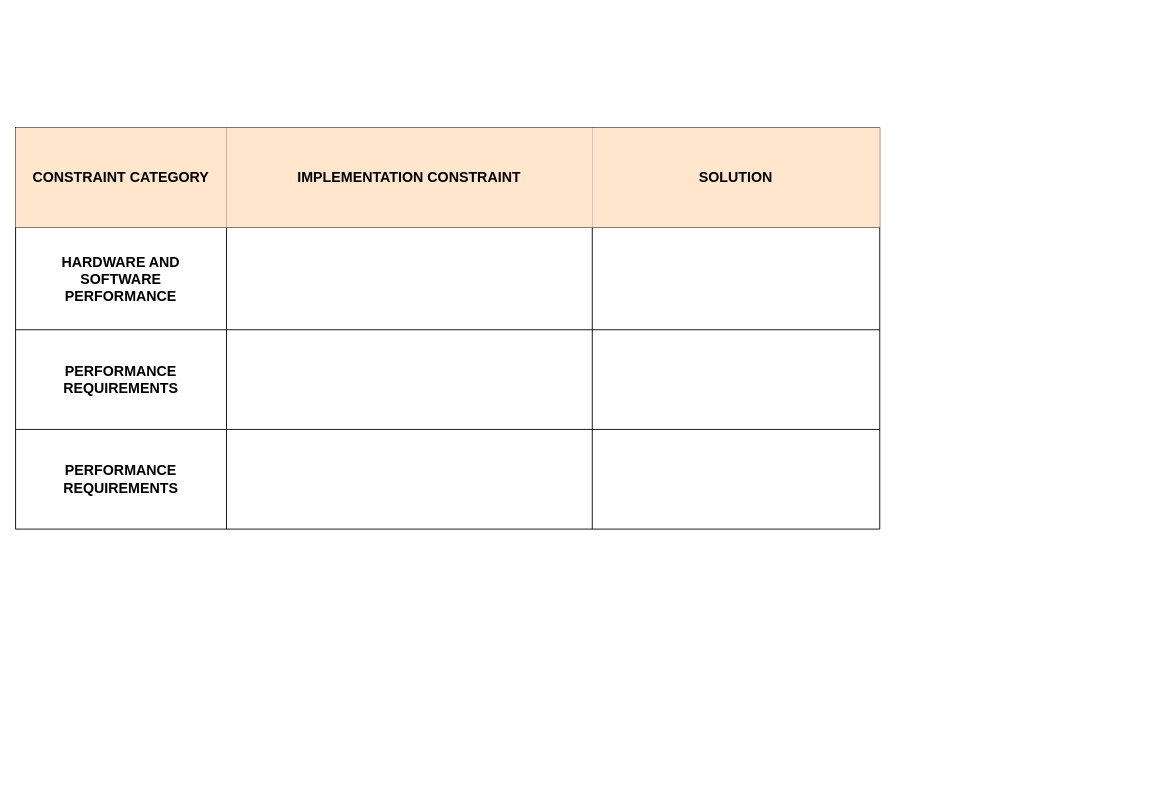
Earlier version of the draw.io diagram documentation/Implementation Constraints Plan.drawio (KryptoFlamingo/Inventory_Management_App). Source tidied: cells renumbered, new cells numbered last; positions are measured from the earlier drawing's top-left corner, leaving out a move shared by most shapes. Both pictures are drawn from the tidied source at 89%, with x=0, y=0 at pixel (15, 127).
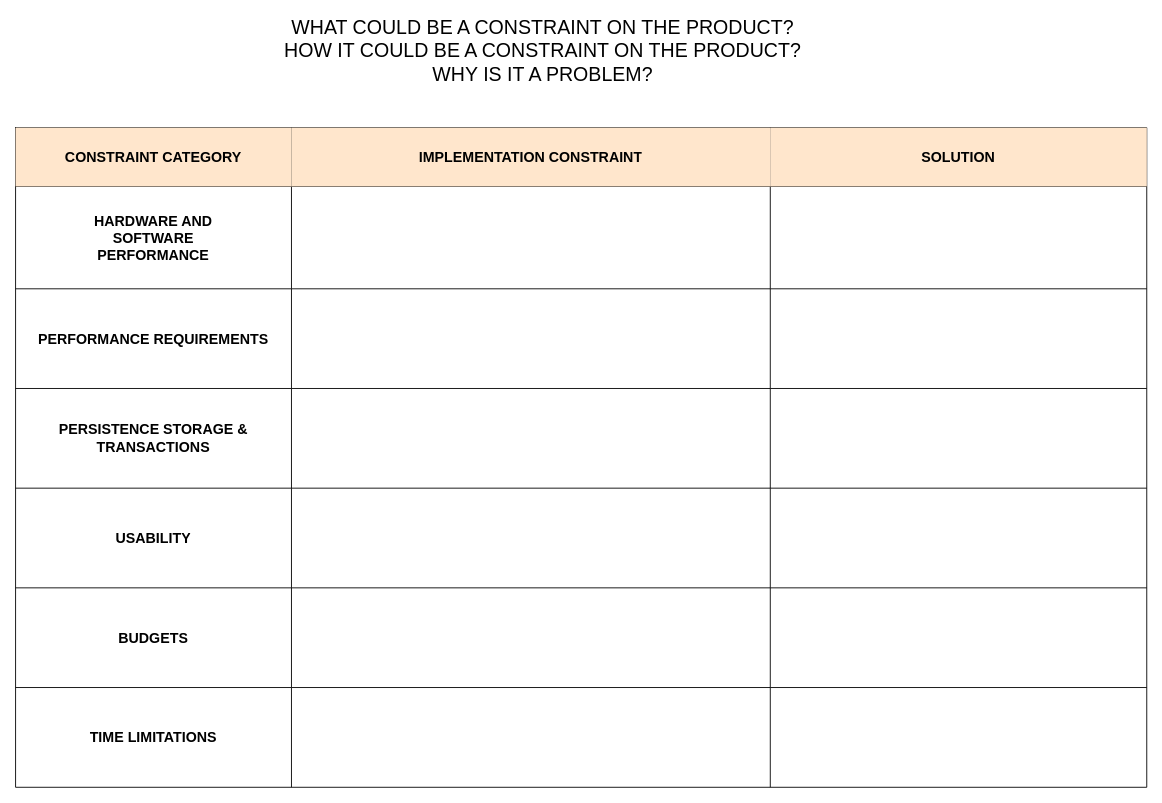
After the change.

The edit, as a diff of the source:
```diff
@@
     <mxCell id="2" style="shape=table;html=1;whiteSpace=wrap;startSize=0;childLayout=tableLayout;" parent="1" vertex="1">
-      <mxGeometry width="971" height="451" as="geometry" />
+      <mxGeometry width="1271" height="741.1" as="geometry" />
     </mxCell>
     <mxCell id="3" style="shape=partialRectangle;html=1;whiteSpace=wrap;fillColor=none;top=0;left=0;bottom=0;right=0;" parent="2" vertex="1">
-      <mxGeometry width="971" height="112" as="geometry" />
+      <mxGeometry width="1271" height="66" as="geometry" />
     </mxCell>
     <mxCell id="4" value="&lt;b&gt;&lt;font style=&quot;font-size: 16px&quot;&gt;CONSTRAINT CATEGORY&lt;/font&gt;&lt;/b&gt;" style="shape=partialRectangle;html=1;whiteSpace=wrap;fillColor=#ffe6cc;top=0;left=0;bottom=0;right=0;overflow=hidden;strokeColor=#d79b00;" parent="3" vertex="1">
-      <mxGeometry width="237" height="112" as="geometry" />
+      <mxGeometry width="310" height="66" as="geometry" />
     </mxCell>
     <mxCell id="5" value="&lt;b&gt;&lt;font style=&quot;font-size: 16px&quot;&gt;IMPLEMENTATION CONSTRAINT&lt;/font&gt;&lt;/b&gt;" style="shape=partialRectangle;html=1;whiteSpace=wrap;fillColor=#ffe6cc;top=0;left=0;bottom=0;right=0;overflow=hidden;strokeColor=#d79b00;" parent="3" vertex="1">
-      <mxGeometry x="237" width="411" height="112" as="geometry" />
+      <mxGeometry x="310" width="538" height="66" as="geometry" />
     </mxCell>
     <mxCell id="6" value="&lt;b&gt;&lt;font style=&quot;font-size: 16px&quot;&gt;SOLUTION&lt;/font&gt;&lt;/b&gt;" style="shape=partialRectangle;html=1;whiteSpace=wrap;fillColor=#ffe6cc;top=0;left=0;bottom=0;right=0;overflow=hidden;strokeColor=#d79b00;" parent="3" vertex="1">
-      <mxGeometry x="648" width="323" height="112" as="geometry" />
+      <mxGeometry x="848" width="423" height="66" as="geometry" />
     </mxCell>
     <mxCell id="7" style="shape=partialRectangle;html=1;whiteSpace=wrap;fillColor=none;top=0;left=0;bottom=0;right=0;" parent="2" vertex="1">
-      <mxGeometry y="112" width="971" height="115" as="geometry" />
+      <mxGeometry y="66" width="1271" height="115" as="geometry" />
     </mxCell>
     <mxCell id="8" value="&lt;font style=&quot;font-size: 16px&quot;&gt;&lt;b&gt;HARDWARE AND &lt;br&gt;SOFTWARE &lt;br&gt;PERFORMANCE&lt;/b&gt;&lt;/font&gt;" style="shape=partialRectangle;html=1;whiteSpace=wrap;fillColor=none;top=0;left=0;bottom=0;right=0;overflow=hidden;align=center;" parent="7" vertex="1">
-      <mxGeometry width="237" height="115" as="geometry" />
+      <mxGeometry width="310" height="115" as="geometry" />
     </mxCell>
     <mxCell id="9" style="shape=partialRectangle;html=1;whiteSpace=wrap;fillColor=none;top=0;left=0;bottom=0;right=0;overflow=hidden;" parent="7" vertex="1">
-      <mxGeometry x="237" width="411" height="115" as="geometry" />
+      <mxGeometry x="310" width="538" height="115" as="geometry" />
     </mxCell>
     <mxCell id="10" style="shape=partialRectangle;html=1;whiteSpace=wrap;fillColor=none;top=0;left=0;bottom=0;right=0;overflow=hidden;" parent="7" vertex="1">
-      <mxGeometry x="648" width="323" height="115" as="geometry" />
+      <mxGeometry x="848" width="423" height="115" as="geometry" />
     </mxCell>
     <mxCell id="11" style="shape=partialRectangle;html=1;whiteSpace=wrap;fillColor=none;top=0;left=0;bottom=0;right=0;" parent="2" vertex="1">
-      <mxGeometry y="227" width="971" height="112" as="geometry" />
+      <mxGeometry y="181" width="1271" height="112" as="geometry" />
     </mxCell>
     <mxCell id="12" value="&lt;span style=&quot;font-size: 16px&quot;&gt;&lt;b&gt;PERFORMANCE REQUIREMENTS&lt;/b&gt;&lt;/span&gt;" style="shape=partialRectangle;html=1;whiteSpace=wrap;fillColor=none;top=0;left=0;bottom=0;right=0;overflow=hidden;" parent="11" vertex="1">
-      <mxGeometry width="237" height="112" as="geometry" />
+      <mxGeometry width="310" height="112" as="geometry" />
     </mxCell>
     <mxCell id="13" style="shape=partialRectangle;html=1;whiteSpace=wrap;fillColor=none;top=0;left=0;bottom=0;right=0;overflow=hidden;" parent="11" vertex="1">
-      <mxGeometry x="237" width="411" height="112" as="geometry" />
+      <mxGeometry x="310" width="538" height="112" as="geometry" />
     </mxCell>
     <mxCell id="14" style="shape=partialRectangle;html=1;whiteSpace=wrap;fillColor=none;top=0;left=0;bottom=0;right=0;overflow=hidden;" parent="11" vertex="1">
-      <mxGeometry x="648" width="323" height="112" as="geometry" />
+      <mxGeometry x="848" width="423" height="112" as="geometry" />
     </mxCell>
     <mxCell id="15" style="shape=partialRectangle;html=1;whiteSpace=wrap;fillColor=none;top=0;left=0;bottom=0;right=0;" parent="2" vertex="1">
-      <mxGeometry y="339" width="971" height="112" as="geometry" />
+      <mxGeometry y="293" width="1271" height="112" as="geometry" />
     </mxCell>
-    <mxCell id="16" value="&lt;span style=&quot;font-size: 16px&quot;&gt;&lt;b&gt;PERFORMANCE REQUIREMENTS&lt;/b&gt;&lt;/span&gt;" style="shape=partialRectangle;html=1;whiteSpace=wrap;fillColor=none;top=0;left=0;bottom=0;right=0;overflow=hidden;" parent="15" vertex="1">
-      <mxGeometry width="237" height="112" as="geometry" />
+    <mxCell id="16" value="&lt;span style=&quot;font-size: 16px&quot;&gt;&lt;b&gt;PERSISTENCE STORAGE &amp;amp; TRANSACTIONS&lt;/b&gt;&lt;/span&gt;" style="shape=partialRectangle;html=1;whiteSpace=wrap;fillColor=none;top=0;left=0;bottom=0;right=0;overflow=hidden;" parent="15" vertex="1">
+      <mxGeometry width="310" height="112" as="geometry" />
     </mxCell>
     <mxCell id="17" style="shape=partialRectangle;html=1;whiteSpace=wrap;fillColor=none;top=0;left=0;bottom=0;right=0;overflow=hidden;" parent="15" vertex="1">
-      <mxGeometry x="237" width="411" height="112" as="geometry" />
+      <mxGeometry x="310" width="538" height="112" as="geometry" />
     </mxCell>
     <mxCell id="18" style="shape=partialRectangle;html=1;whiteSpace=wrap;fillColor=none;top=0;left=0;bottom=0;right=0;overflow=hidden;" parent="15" vertex="1">
-      <mxGeometry x="648" width="323" height="112" as="geometry" />
+      <mxGeometry x="848" width="423" height="112" as="geometry" />
     </mxCell>
+    <mxCell id="19" style="shape=partialRectangle;html=1;whiteSpace=wrap;fillColor=none;top=0;left=0;bottom=0;right=0;" parent="2" vertex="1">
+      <mxGeometry y="405" width="1271" height="112" as="geometry" />
+    </mxCell>
+    <mxCell id="20" value="&lt;span style=&quot;font-size: 16px&quot;&gt;&lt;b&gt;USABILITY&lt;/b&gt;&lt;/span&gt;" style="shape=partialRectangle;html=1;whiteSpace=wrap;fillColor=none;top=0;left=0;bottom=0;right=0;overflow=hidden;" parent="19" vertex="1">
+      <mxGeometry width="310" height="112" as="geometry" />
+    </mxCell>
+    <mxCell id="21" style="shape=partialRectangle;html=1;whiteSpace=wrap;fillColor=none;top=0;left=0;bottom=0;right=0;overflow=hidden;" parent="19" vertex="1">
+      <mxGeometry x="310" width="538" height="112" as="geometry" />
+    </mxCell>
+    <mxCell id="22" style="shape=partialRectangle;html=1;whiteSpace=wrap;fillColor=none;top=0;left=0;bottom=0;right=0;overflow=hidden;" parent="19" vertex="1">
+      <mxGeometry x="848" width="423" height="112" as="geometry" />
+    </mxCell>
+    <mxCell id="23" style="shape=partialRectangle;html=1;whiteSpace=wrap;fillColor=none;top=0;left=0;bottom=0;right=0;" parent="2" vertex="1">
+      <mxGeometry y="517" width="1271" height="112" as="geometry" />
+    </mxCell>
+    <mxCell id="24" value="&lt;span style=&quot;font-size: 16px&quot;&gt;&lt;b&gt;BUDGETS&lt;/b&gt;&lt;/span&gt;" style="shape=partialRectangle;html=1;whiteSpace=wrap;fillColor=none;top=0;left=0;bottom=0;right=0;overflow=hidden;" parent="23" vertex="1">
+      <mxGeometry width="310" height="112" as="geometry" />
+    </mxCell>
+    <mxCell id="25" style="shape=partialRectangle;html=1;whiteSpace=wrap;fillColor=none;top=0;left=0;bottom=0;right=0;overflow=hidden;" parent="23" vertex="1">
+      <mxGeometry x="310" width="538" height="112" as="geometry" />
+    </mxCell>
+    <mxCell id="26" style="shape=partialRectangle;html=1;whiteSpace=wrap;fillColor=none;top=0;left=0;bottom=0;right=0;overflow=hidden;" parent="23" vertex="1">
+      <mxGeometry x="848" width="423" height="112" as="geometry" />
+    </mxCell>
+    <mxCell id="27" style="shape=partialRectangle;html=1;whiteSpace=wrap;fillColor=none;top=0;left=0;bottom=0;right=0;" parent="2" vertex="1">
+      <mxGeometry y="629" width="1271" height="112" as="geometry" />
+    </mxCell>
+    <mxCell id="28" value="&lt;span style=&quot;font-size: 16px&quot;&gt;&lt;b&gt;TIME LIMITATIONS&lt;/b&gt;&lt;/span&gt;" style="shape=partialRectangle;html=1;whiteSpace=wrap;fillColor=none;top=0;left=0;bottom=0;right=0;overflow=hidden;" parent="27" vertex="1">
+      <mxGeometry width="310" height="112" as="geometry" />
+    </mxCell>
+    <mxCell id="29" style="shape=partialRectangle;html=1;whiteSpace=wrap;fillColor=none;top=0;left=0;bottom=0;right=0;overflow=hidden;" parent="27" vertex="1">
+      <mxGeometry x="310" width="538" height="112" as="geometry" />
+    </mxCell>
+    <mxCell id="30" style="shape=partialRectangle;html=1;whiteSpace=wrap;fillColor=none;top=0;left=0;bottom=0;right=0;overflow=hidden;" parent="27" vertex="1">
+      <mxGeometry x="848" width="423" height="112" as="geometry" />
+    </mxCell>
+    <mxCell id="31" value="&lt;font style=&quot;font-size: 22px&quot;&gt;WHAT COULD BE A CONSTRAINT ON THE PRODUCT?&lt;br&gt;HOW IT COULD BE A CONSTRAINT ON THE PRODUCT?&lt;br&gt;WHY IS IT A PROBLEM?&lt;br&gt;&lt;/font&gt;" style="text;html=1;align=center;verticalAlign=middle;" parent="1" vertex="1">
+      <mxGeometry x="296" y="-114" width="591" height="55" as="geometry" />
+    </mxCell>
```
